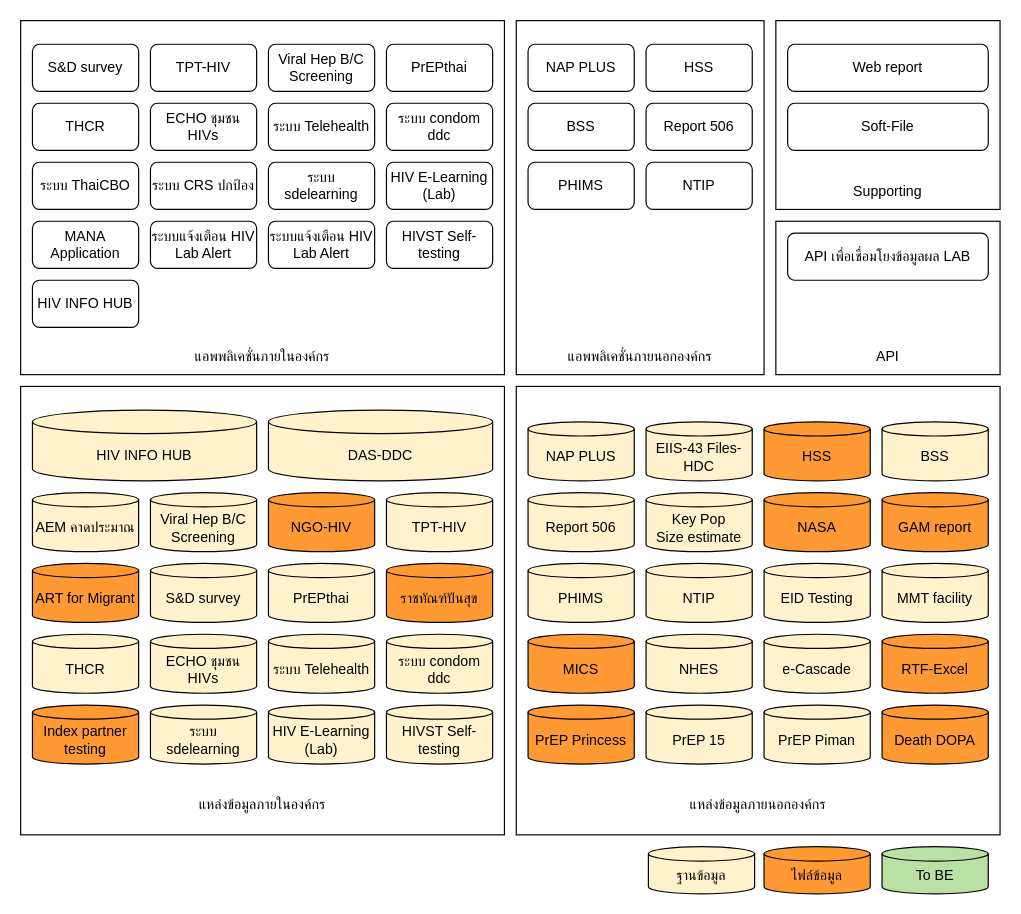
The draw.io diagram page "G-Data" (4 of 6) of HIVs STIs Diagram.drawio in anun311/regist, before the edit. Source tidied: cells renumbered, new cells numbered last; positions are measured from the earlier drawing's top-left corner, leaving out a move shared by most shapes. Both pictures are drawn from the tidied source at 118%, with x=0, y=0 at pixel (20, 20).
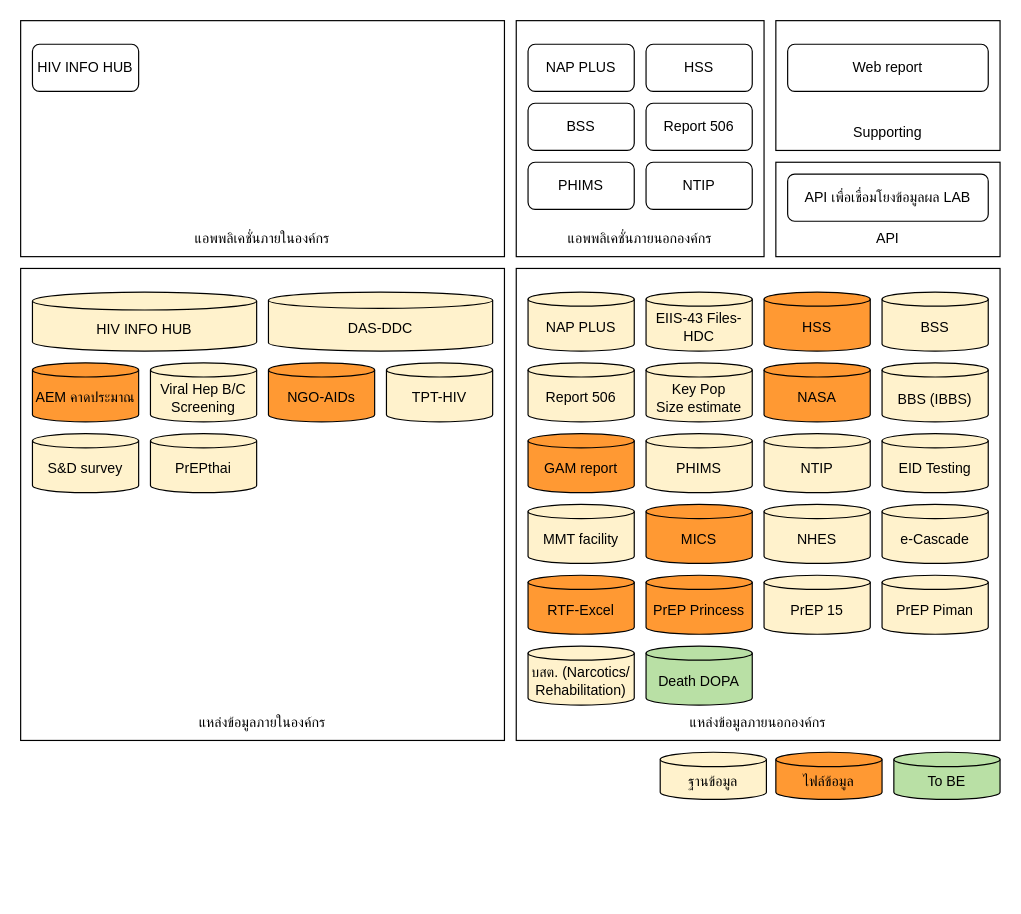
The same diagram, later.

The edit, as a diff of the source:
```diff
@@
     <mxCell id="2" style="rounded=0;whiteSpace=wrap;html=1;" parent="1" vertex="1">
-      <mxGeometry x="640" y="170" width="190" height="130" as="geometry" />
+      <mxGeometry x="640" y="120" width="190" height="80" as="geometry" />
     </mxCell>
     <mxCell id="3" style="rounded=0;whiteSpace=wrap;html=1;" parent="1" vertex="1">
-      <mxGeometry x="420" y="310" width="410" height="380" as="geometry" />
+      <mxGeometry x="420" y="210" width="410" height="400" as="geometry" />
     </mxCell>
     <mxCell id="4" value="แหล่งข้อมูลภายนอกองค์กร" style="text;html=1;strokeColor=none;fillColor=none;align=center;verticalAlign=middle;whiteSpace=wrap;rounded=0;" parent="1" vertex="1">
-      <mxGeometry x="515" y="650" width="220" height="30" as="geometry" />
+      <mxGeometry x="515" y="580" width="220" height="30" as="geometry" />
     </mxCell>
     <mxCell id="5" style="rounded=0;whiteSpace=wrap;html=1;" parent="1" vertex="1">
-      <mxGeometry y="310" width="410" height="380" as="geometry" />
+      <mxGeometry y="210" width="410" height="400" as="geometry" />
     </mxCell>
     <mxCell id="6" value="แหล่งข้อมูลภายในองค์กร" style="text;html=1;strokeColor=none;fillColor=none;align=center;verticalAlign=middle;whiteSpace=wrap;rounded=0;" parent="1" vertex="1">
-      <mxGeometry x="95" y="650" width="220" height="30" as="geometry" />
+      <mxGeometry x="95" y="580" width="220" height="30" as="geometry" />
     </mxCell>
     <mxCell id="7" style="rounded=0;whiteSpace=wrap;html=1;" parent="1" vertex="1">
-      <mxGeometry x="420" width="210" height="300" as="geometry" />
+      <mxGeometry x="420" width="210" height="200" as="geometry" />
     </mxCell>
     <mxCell id="8" style="rounded=0;whiteSpace=wrap;html=1;" parent="1" vertex="1">
-      <mxGeometry width="410" height="300" as="geometry" />
+      <mxGeometry width="410" height="200" as="geometry" />
     </mxCell>
@@
-    <mxCell id="10" value="AEM คาดประมาณ" style="shape=cylinder3;whiteSpace=wrap;html=1;boundedLbl=1;backgroundOutline=1;size=6;fillColor=#FFF2CC;" parent="1" vertex="1">
-      <mxGeometry x="10" y="400" width="90" height="50" as="geometry" />
+    <mxCell id="10" value="AEM คาดประมาณ" style="shape=cylinder3;whiteSpace=wrap;html=1;boundedLbl=1;backgroundOutline=1;size=6;fillColor=#FF9933;" parent="1" vertex="1">
+      <mxGeometry x="10" y="290" width="90" height="50" as="geometry" />
     </mxCell>
     <mxCell id="11" value="ฐานข้อมูล" style="shape=cylinder3;whiteSpace=wrap;html=1;boundedLbl=1;backgroundOutline=1;size=6.121212121212125;fillColor=#FFF2CC;fontStyle=0;" parent="1" vertex="1">
-      <mxGeometry x="532" y="700" width="90" height="40" as="geometry" />
+      <mxGeometry x="542" y="620" width="90" height="40" as="geometry" />
     </mxCell>
     <mxCell id="12" value="Viral Hep B/C Screening" style="shape=cylinder3;whiteSpace=wrap;html=1;boundedLbl=1;backgroundOutline=1;size=6;fillColor=#FFF2CC;" parent="1" vertex="1">
-      <mxGeometry x="110" y="400" width="90" height="50" as="geometry" />
+      <mxGeometry x="110" y="290" width="90" height="50" as="geometry" />
     </mxCell>
@@
-    <mxCell id="14" value="S&amp;amp;D survey" style="rounded=1;whiteSpace=wrap;html=1;" parent="1" vertex="1">
-      <mxGeometry x="10" y="20" width="90" height="40" as="geometry" />
-    </mxCell>
@@
-    <mxCell id="17" value="TPT-HIV" style="rounded=1;whiteSpace=wrap;html=1;" parent="1" vertex="1">
-      <mxGeometry x="110" y="20" width="90" height="40" as="geometry" />
-    </mxCell>
-    <mxCell id="18" value="Viral Hep B/C Screening" style="rounded=1;whiteSpace=wrap;html=1;" parent="1" vertex="1">
-      <mxGeometry x="210" y="20" width="90" height="40" as="geometry" />
-    </mxCell>
-    <mxCell id="19" value="PrEPthai" style="rounded=1;whiteSpace=wrap;html=1;" parent="1" vertex="1">
-      <mxGeometry x="310" y="20" width="90" height="40" as="geometry" />
-    </mxCell>
@@
-    <mxCell id="22" value="THCR" style="rounded=1;whiteSpace=wrap;html=1;" parent="1" vertex="1">
-      <mxGeometry x="10" y="70" width="90" height="40" as="geometry" />
-    </mxCell>
-    <mxCell id="23" value="ECHO ชุมชน HIVs" style="rounded=1;whiteSpace=wrap;html=1;" parent="1" vertex="1">
-      <mxGeometry x="110" y="70" width="90" height="40" as="geometry" />
-    </mxCell>
-    <mxCell id="24" value="ระบบ Telehealth" style="rounded=1;whiteSpace=wrap;html=1;" parent="1" vertex="1">
-      <mxGeometry x="210" y="70" width="90" height="40" as="geometry" />
-    </mxCell>
-    <mxCell id="25" value="ระบบ condom ddc" style="rounded=1;whiteSpace=wrap;html=1;" parent="1" vertex="1">
-      <mxGeometry x="310" y="70" width="90" height="40" as="geometry" />
-    </mxCell>
-    <mxCell id="26" value="ระบบ&amp;nbsp;ThaiCBO" style="rounded=1;whiteSpace=wrap;html=1;" parent="1" vertex="1">
-      <mxGeometry x="10" y="120" width="90" height="40" as="geometry" />
-    </mxCell>
-    <mxCell id="27" value="ระบบ&amp;nbsp;CRS ปกป้อง" style="rounded=1;whiteSpace=wrap;html=1;" parent="1" vertex="1">
-      <mxGeometry x="110" y="120" width="90" height="40" as="geometry" />
-    </mxCell>
-    <mxCell id="28" value="ระบบ sdelearning" style="rounded=1;whiteSpace=wrap;html=1;" parent="1" vertex="1">
-      <mxGeometry x="210" y="120" width="90" height="40" as="geometry" />
-    </mxCell>
-    <mxCell id="29" value="HIV E-Learning (Lab)" style="rounded=1;whiteSpace=wrap;html=1;" parent="1" vertex="1">
-      <mxGeometry x="310" y="120" width="90" height="40" as="geometry" />
-    </mxCell>
-    <mxCell id="30" value="MANA Application" style="rounded=1;whiteSpace=wrap;html=1;" parent="1" vertex="1">
-      <mxGeometry x="10" y="170" width="90" height="40" as="geometry" />
-    </mxCell>
-    <mxCell id="31" value="ระบบแจ้งเตือน HIV Lab Alert" style="rounded=1;whiteSpace=wrap;html=1;" parent="1" vertex="1">
-      <mxGeometry x="110" y="170" width="90" height="40" as="geometry" />
-    </mxCell>
-    <mxCell id="32" value="ระบบแจ้งเตือน HIV Lab Alert" style="rounded=1;whiteSpace=wrap;html=1;" parent="1" vertex="1">
-      <mxGeometry x="210" y="170" width="90" height="40" as="geometry" />
-    </mxCell>
-    <mxCell id="33" value="HIVST Self-testing" style="rounded=1;whiteSpace=wrap;html=1;" parent="1" vertex="1">
-      <mxGeometry x="310" y="170" width="90" height="40" as="geometry" />
-    </mxCell>
     <mxCell id="34" value="แอพพลิเคชั่นภายในองค์กร" style="text;html=1;strokeColor=none;fillColor=none;align=center;verticalAlign=middle;whiteSpace=wrap;rounded=0;" parent="1" vertex="1">
-      <mxGeometry x="95" y="270" width="220" height="30" as="geometry" />
+      <mxGeometry x="95" y="170" width="220" height="30" as="geometry" />
     </mxCell>
     <mxCell id="35" value="แอพพลิเคชั่นภายนอกองค์กร" style="text;html=1;strokeColor=none;fillColor=none;align=center;verticalAlign=middle;whiteSpace=wrap;rounded=0;" parent="1" vertex="1">
-      <mxGeometry x="430" y="270" width="190" height="30" as="geometry" />
+      <mxGeometry x="430" y="170" width="190" height="30" as="geometry" />
     </mxCell>
     <mxCell id="36" style="rounded=0;whiteSpace=wrap;html=1;" parent="1" vertex="1">
-      <mxGeometry x="640" width="190" height="160" as="geometry" />
+      <mxGeometry x="640" width="190" height="110" as="geometry" />
     </mxCell>
@@
     <mxCell id="38" value="HIV INFO HUB" style="rounded=1;whiteSpace=wrap;html=1;" parent="1" vertex="1">
-      <mxGeometry x="10" y="220" width="90" height="40" as="geometry" />
+      <mxGeometry x="10" y="20" width="90" height="40" as="geometry" />
     </mxCell>
     <mxCell id="39" value="Supporting" style="text;html=1;strokeColor=none;fillColor=none;align=center;verticalAlign=middle;whiteSpace=wrap;rounded=0;" parent="1" vertex="1">
-      <mxGeometry x="690" y="130" width="90" height="30" as="geometry" />
+      <mxGeometry x="690" y="80" width="90" height="30" as="geometry" />
     </mxCell>
-    <mxCell id="40" value="HIV INFO HUB" style="shape=cylinder3;whiteSpace=wrap;html=1;boundedLbl=1;backgroundOutline=1;size=10;fillColor=#FFF2CC;" parent="1" vertex="1">
-      <mxGeometry x="10" y="330" width="190" height="60" as="geometry" />
+    <mxCell id="40" value="HIV INFO HUB" style="shape=cylinder3;whiteSpace=wrap;html=1;boundedLbl=1;backgroundOutline=1;size=7.620689655172271;fillColor=#FFF2CC;" parent="1" vertex="1">
+      <mxGeometry x="10" y="230" width="190" height="50" as="geometry" />
     </mxCell>
-    <mxCell id="41" value="DAS-DDC" style="shape=cylinder3;whiteSpace=wrap;html=1;boundedLbl=1;backgroundOutline=1;size=10;fillColor=#FFF2CC;" parent="1" vertex="1">
-      <mxGeometry x="210" y="330" width="190" height="60" as="geometry" />
+    <mxCell id="41" value="DAS-DDC" style="shape=cylinder3;whiteSpace=wrap;html=1;boundedLbl=1;backgroundOutline=1;size=6.931034482758548;fillColor=#FFF2CC;" parent="1" vertex="1">
+      <mxGeometry x="210" y="230" width="190" height="50" as="geometry" />
     </mxCell>
     <mxCell id="42" value="API" style="text;html=1;strokeColor=none;fillColor=none;align=center;verticalAlign=middle;whiteSpace=wrap;rounded=0;" parent="1" vertex="1">
-      <mxGeometry x="690" y="270" width="90" height="30" as="geometry" />
+      <mxGeometry x="690" y="170" width="90" height="30" as="geometry" />
     </mxCell>
     <mxCell id="43" value="API เพื่อเชื่อมโยงข้อมูลผล LAB " style="rounded=1;whiteSpace=wrap;html=1;" parent="1" vertex="1">
-      <mxGeometry x="650" y="180" width="170" height="40" as="geometry" />
+      <mxGeometry x="650" y="130" width="170" height="40" as="geometry" />
     </mxCell>
     <mxCell id="44" value="ไฟล์ข้อมูล" style="shape=cylinder3;whiteSpace=wrap;html=1;boundedLbl=1;backgroundOutline=1;size=6.121212121212125;fillColor=#FF9933;fontStyle=0;" parent="1" vertex="1">
-      <mxGeometry x="630" y="700" width="90" height="40" as="geometry" />
+      <mxGeometry x="640" y="620" width="90" height="40" as="geometry" />
     </mxCell>
     <mxCell id="45" value="To BE" style="shape=cylinder3;whiteSpace=wrap;html=1;boundedLbl=1;backgroundOutline=1;size=6.121212121212125;fillColor=#B9E0A5;fontStyle=0;" parent="1" vertex="1">
-      <mxGeometry x="730" y="700" width="90" height="40" as="geometry" />
+      <mxGeometry x="740" y="620" width="90" height="40" as="geometry" />
     </mxCell>
-    <mxCell id="46" value="Soft-File" style="rounded=1;whiteSpace=wrap;html=1;" parent="1" vertex="1">
-      <mxGeometry x="650" y="70" width="170" height="40" as="geometry" />
-    </mxCell>
-    <mxCell id="47" value="NGO-HIV" style="shape=cylinder3;whiteSpace=wrap;html=1;boundedLbl=1;backgroundOutline=1;size=6;fillColor=#FF9933;strokeColor=default;" parent="1" vertex="1">
-      <mxGeometry x="210" y="400" width="90" height="50" as="geometry" />
+    <mxCell id="47" value="NGO-AIDs" style="shape=cylinder3;whiteSpace=wrap;html=1;boundedLbl=1;backgroundOutline=1;size=6;fillColor=#FF9933;strokeColor=default;" parent="1" vertex="1">
+      <mxGeometry x="210" y="290" width="90" height="50" as="geometry" />
     </mxCell>
     <mxCell id="48" value="TPT-HIV" style="shape=cylinder3;whiteSpace=wrap;html=1;boundedLbl=1;backgroundOutline=1;size=6;fillColor=#FFF2CC;" parent="1" vertex="1">
-      <mxGeometry x="310" y="400" width="90" height="50" as="geometry" />
+      <mxGeometry x="310" y="290" width="90" height="50" as="geometry" />
     </mxCell>
-    <mxCell id="49" value="ART for Migrant" style="shape=cylinder3;whiteSpace=wrap;html=1;boundedLbl=1;backgroundOutline=1;size=6;fillColor=#FF9933;strokeColor=default;" parent="1" vertex="1">
-      <mxGeometry x="10" y="460" width="90" height="50" as="geometry" />
-    </mxCell>
     <mxCell id="50" value="S&amp;amp;D survey" style="shape=cylinder3;whiteSpace=wrap;html=1;boundedLbl=1;backgroundOutline=1;size=6;fillColor=#FFF2CC;" parent="1" vertex="1">
-      <mxGeometry x="110" y="460" width="90" height="50" as="geometry" />
+      <mxGeometry x="10" y="350" width="90" height="50" as="geometry" />
     </mxCell>
     <mxCell id="51" value="PrEPthai" style="shape=cylinder3;whiteSpace=wrap;html=1;boundedLbl=1;backgroundOutline=1;size=6;fillColor=#FFF2CC;strokeColor=default;" parent="1" vertex="1">
-      <mxGeometry x="210" y="460" width="90" height="50" as="geometry" />
+      <mxGeometry x="110" y="350" width="90" height="50" as="geometry" />
     </mxCell>
-    <mxCell id="52" value="ราชทัณฑ์ปันสุข" style="shape=cylinder3;whiteSpace=wrap;html=1;boundedLbl=1;backgroundOutline=1;size=6;fillColor=#FF9933;" parent="1" vertex="1">
-      <mxGeometry x="310" y="460" width="90" height="50" as="geometry" />
-    </mxCell>
-    <mxCell id="53" value="THCR" style="shape=cylinder3;whiteSpace=wrap;html=1;boundedLbl=1;backgroundOutline=1;size=6;fillColor=#FFF2CC;" parent="1" vertex="1">
-      <mxGeometry x="10" y="520" width="90" height="50" as="geometry" />
-    </mxCell>
-    <mxCell id="54" value="ECHO ชุมชน HIVs" style="shape=cylinder3;whiteSpace=wrap;html=1;boundedLbl=1;backgroundOutline=1;size=6;fillColor=#FFF2CC;" parent="1" vertex="1">
-      <mxGeometry x="110" y="520" width="90" height="50" as="geometry" />
-    </mxCell>
-    <mxCell id="55" value="ระบบ Telehealth" style="shape=cylinder3;whiteSpace=wrap;html=1;boundedLbl=1;backgroundOutline=1;size=6;fillColor=#FFF2CC;strokeColor=default;" parent="1" vertex="1">
-      <mxGeometry x="210" y="520" width="90" height="50" as="geometry" />
-    </mxCell>
-    <mxCell id="56" value="ระบบ condom ddc" style="shape=cylinder3;whiteSpace=wrap;html=1;boundedLbl=1;backgroundOutline=1;size=6;fillColor=#FFF2CC;" parent="1" vertex="1">
-      <mxGeometry x="310" y="520" width="90" height="50" as="geometry" />
-    </mxCell>
-    <mxCell id="57" value="HIVST Self-testing" style="shape=cylinder3;whiteSpace=wrap;html=1;boundedLbl=1;backgroundOutline=1;size=6;fillColor=#FFF2CC;" parent="1" vertex="1">
-      <mxGeometry x="310" y="580" width="90" height="50" as="geometry" />
-    </mxCell>
-    <mxCell id="58" value="HIV E-Learning (Lab)" style="shape=cylinder3;whiteSpace=wrap;html=1;boundedLbl=1;backgroundOutline=1;size=6;fillColor=#FFF2CC;strokeColor=default;" parent="1" vertex="1">
-      <mxGeometry x="210" y="580" width="90" height="50" as="geometry" />
-    </mxCell>
-    <mxCell id="59" value="ระบบ sdelearning" style="shape=cylinder3;whiteSpace=wrap;html=1;boundedLbl=1;backgroundOutline=1;size=6;fillColor=#FFF2CC;" parent="1" vertex="1">
-      <mxGeometry x="110" y="580" width="90" height="50" as="geometry" />
-    </mxCell>
-    <mxCell id="60" value="Index partner testing" style="shape=cylinder3;whiteSpace=wrap;html=1;boundedLbl=1;backgroundOutline=1;size=6;fillColor=#FF9933;" parent="1" vertex="1">
-      <mxGeometry x="10" y="580" width="90" height="50" as="geometry" />
-    </mxCell>
     <mxCell id="61" value="NAP PLUS" style="shape=cylinder3;whiteSpace=wrap;html=1;boundedLbl=1;backgroundOutline=1;size=6;fillColor=#FFF2CC;" parent="1" vertex="1">
-      <mxGeometry x="430" y="340" width="90" height="50" as="geometry" />
+      <mxGeometry x="430" y="230" width="90" height="50" as="geometry" />
     </mxCell>
     <mxCell id="62" value="EIIS-43 Files-HDC" style="shape=cylinder3;whiteSpace=wrap;html=1;boundedLbl=1;backgroundOutline=1;size=6;fillColor=#FFF2CC;" parent="1" vertex="1">
-      <mxGeometry x="530" y="340" width="90" height="50" as="geometry" />
+      <mxGeometry x="530" y="230" width="90" height="50" as="geometry" />
     </mxCell>
     <mxCell id="63" value="BSS" style="shape=cylinder3;whiteSpace=wrap;html=1;boundedLbl=1;backgroundOutline=1;size=6;fillColor=#FFF2CC;" parent="1" vertex="1">
-      <mxGeometry x="730" y="340" width="90" height="50" as="geometry" />
+      <mxGeometry x="730" y="230" width="90" height="50" as="geometry" />
     </mxCell>
     <mxCell id="64" value="HSS" style="shape=cylinder3;whiteSpace=wrap;html=1;boundedLbl=1;backgroundOutline=1;size=6;fillColor=#FF9933;strokeColor=default;" parent="1" vertex="1">
-      <mxGeometry x="630" y="340" width="90" height="50" as="geometry" />
+      <mxGeometry x="630" y="230" width="90" height="50" as="geometry" />
     </mxCell>
     <mxCell id="65" value="GAM report" style="shape=cylinder3;whiteSpace=wrap;html=1;boundedLbl=1;backgroundOutline=1;size=6;fillColor=#FF9933;" parent="1" vertex="1">
-      <mxGeometry x="730" y="400" width="90" height="50" as="geometry" />
+      <mxGeometry x="430" y="350" width="90" height="50" as="geometry" />
     </mxCell>
     <mxCell id="66" value="NASA" style="shape=cylinder3;whiteSpace=wrap;html=1;boundedLbl=1;backgroundOutline=1;size=6;fillColor=#FF9933;strokeColor=default;" parent="1" vertex="1">
-      <mxGeometry x="630" y="400" width="90" height="50" as="geometry" />
+      <mxGeometry x="630" y="290" width="90" height="50" as="geometry" />
     </mxCell>
     <mxCell id="67" value="Key Pop&lt;br style=&quot;border-color: var(--border-color);&quot;&gt;Size estimate" style="shape=cylinder3;whiteSpace=wrap;html=1;boundedLbl=1;backgroundOutline=1;size=6;fillColor=#FFF2CC;" parent="1" vertex="1">
-      <mxGeometry x="530" y="400" width="90" height="50" as="geometry" />
+      <mxGeometry x="530" y="290" width="90" height="50" as="geometry" />
     </mxCell>
     <mxCell id="68" value="Report 506" style="shape=cylinder3;whiteSpace=wrap;html=1;boundedLbl=1;backgroundOutline=1;size=6;fillColor=#FFF2CC;" parent="1" vertex="1">
-      <mxGeometry x="430" y="400" width="90" height="50" as="geometry" />
+      <mxGeometry x="430" y="290" width="90" height="50" as="geometry" />
     </mxCell>
     <mxCell id="69" value="MMT facility" style="shape=cylinder3;whiteSpace=wrap;html=1;boundedLbl=1;backgroundOutline=1;size=6;fillColor=#FFF2CC;" parent="1" vertex="1">
-      <mxGeometry x="730" y="460" width="90" height="50" as="geometry" />
+      <mxGeometry x="430" y="410" width="90" height="50" as="geometry" />
     </mxCell>
     <mxCell id="70" value="EID Testing" style="shape=cylinder3;whiteSpace=wrap;html=1;boundedLbl=1;backgroundOutline=1;size=6;fillColor=#FFF2CC;strokeColor=default;" parent="1" vertex="1">
-      <mxGeometry x="630" y="460" width="90" height="50" as="geometry" />
+      <mxGeometry x="730" y="350" width="90" height="50" as="geometry" />
     </mxCell>
     <mxCell id="71" value="NTIP" style="shape=cylinder3;whiteSpace=wrap;html=1;boundedLbl=1;backgroundOutline=1;size=6;fillColor=#FFF2CC;" parent="1" vertex="1">
-      <mxGeometry x="530" y="460" width="90" height="50" as="geometry" />
+      <mxGeometry x="630" y="350" width="90" height="50" as="geometry" />
     </mxCell>
     <mxCell id="72" value="PHIMS" style="shape=cylinder3;whiteSpace=wrap;html=1;boundedLbl=1;backgroundOutline=1;size=6;fillColor=#FFF2CC;" parent="1" vertex="1">
-      <mxGeometry x="430" y="460" width="90" height="50" as="geometry" />
+      <mxGeometry x="530" y="350" width="90" height="50" as="geometry" />
     </mxCell>
     <mxCell id="73" value="RTF-Excel" style="shape=cylinder3;whiteSpace=wrap;html=1;boundedLbl=1;backgroundOutline=1;size=6;fillColor=#FF9933;" parent="1" vertex="1">
-      <mxGeometry x="730" y="520" width="90" height="50" as="geometry" />
+      <mxGeometry x="430" y="470" width="90" height="50" as="geometry" />
     </mxCell>
     <mxCell id="74" value="e-Cascade" style="shape=cylinder3;whiteSpace=wrap;html=1;boundedLbl=1;backgroundOutline=1;size=6;fillColor=#FFF2CC;strokeColor=default;" parent="1" vertex="1">
-      <mxGeometry x="630" y="520" width="90" height="50" as="geometry" />
+      <mxGeometry x="730" y="410" width="90" height="50" as="geometry" />
     </mxCell>
     <mxCell id="75" value="NHES" style="shape=cylinder3;whiteSpace=wrap;html=1;boundedLbl=1;backgroundOutline=1;size=6;fillColor=#FFF2CC;" parent="1" vertex="1">
-      <mxGeometry x="530" y="520" width="90" height="50" as="geometry" />
+      <mxGeometry x="630" y="410" width="90" height="50" as="geometry" />
     </mxCell>
     <mxCell id="76" value="MICS" style="shape=cylinder3;whiteSpace=wrap;html=1;boundedLbl=1;backgroundOutline=1;size=6;fillColor=#FF9933;" parent="1" vertex="1">
-      <mxGeometry x="430" y="520" width="90" height="50" as="geometry" />
+      <mxGeometry x="530" y="410" width="90" height="50" as="geometry" />
     </mxCell>
-    <mxCell id="77" value="Death DOPA" style="shape=cylinder3;whiteSpace=wrap;html=1;boundedLbl=1;backgroundOutline=1;size=6;fillColor=#FF9933;" parent="1" vertex="1">
-      <mxGeometry x="730" y="580" width="90" height="50" as="geometry" />
+    <mxCell id="77" value="Death DOPA" style="shape=cylinder3;whiteSpace=wrap;html=1;boundedLbl=1;backgroundOutline=1;size=6;fillColor=#B9E0A5;fontStyle=0;" parent="1" vertex="1">
+      <mxGeometry x="530" y="530" width="90" height="50" as="geometry" />
     </mxCell>
     <mxCell id="78" value="PrEP Piman" style="shape=cylinder3;whiteSpace=wrap;html=1;boundedLbl=1;backgroundOutline=1;size=6;fillColor=#FFF2CC;strokeColor=default;" parent="1" vertex="1">
-      <mxGeometry x="630" y="580" width="90" height="50" as="geometry" />
+      <mxGeometry x="730" y="470" width="90" height="50" as="geometry" />
     </mxCell>
     <mxCell id="79" value="PrEP 15" style="shape=cylinder3;whiteSpace=wrap;html=1;boundedLbl=1;backgroundOutline=1;size=6;fillColor=#FFF2CC;" parent="1" vertex="1">
-      <mxGeometry x="530" y="580" width="90" height="50" as="geometry" />
+      <mxGeometry x="630" y="470" width="90" height="50" as="geometry" />
     </mxCell>
     <mxCell id="80" value="PrEP Princess" style="shape=cylinder3;whiteSpace=wrap;html=1;boundedLbl=1;backgroundOutline=1;size=6;fillColor=#FF9933;" parent="1" vertex="1">
-      <mxGeometry x="430" y="580" width="90" height="50" as="geometry" />
+      <mxGeometry x="530" y="470" width="90" height="50" as="geometry" />
     </mxCell>
+    <mxCell id="81" value="บสต. (Narcotics/ Rehabilitation)" style="shape=cylinder3;whiteSpace=wrap;html=1;boundedLbl=1;backgroundOutline=1;size=6;fillColor=#FFF2CC;fontStyle=0;" parent="1" vertex="1">
+      <mxGeometry x="430" y="530" width="90" height="50" as="geometry" />
+    </mxCell>
+    <mxCell id="82" value="&lt;p style=&quot;line-height: normal; margin: 0pt 0in; text-indent: 0in; direction: ltr; unicode-bidi: embed; word-break: normal;&quot;&gt;BBS (IBBS)&lt;/p&gt;" style="shape=cylinder3;whiteSpace=wrap;html=1;boundedLbl=1;backgroundOutline=1;size=6;fillColor=#FFF2CC;" parent="1" vertex="1">
+      <mxGeometry x="730" y="290" width="90" height="50" as="geometry" />
+    </mxCell>
```
